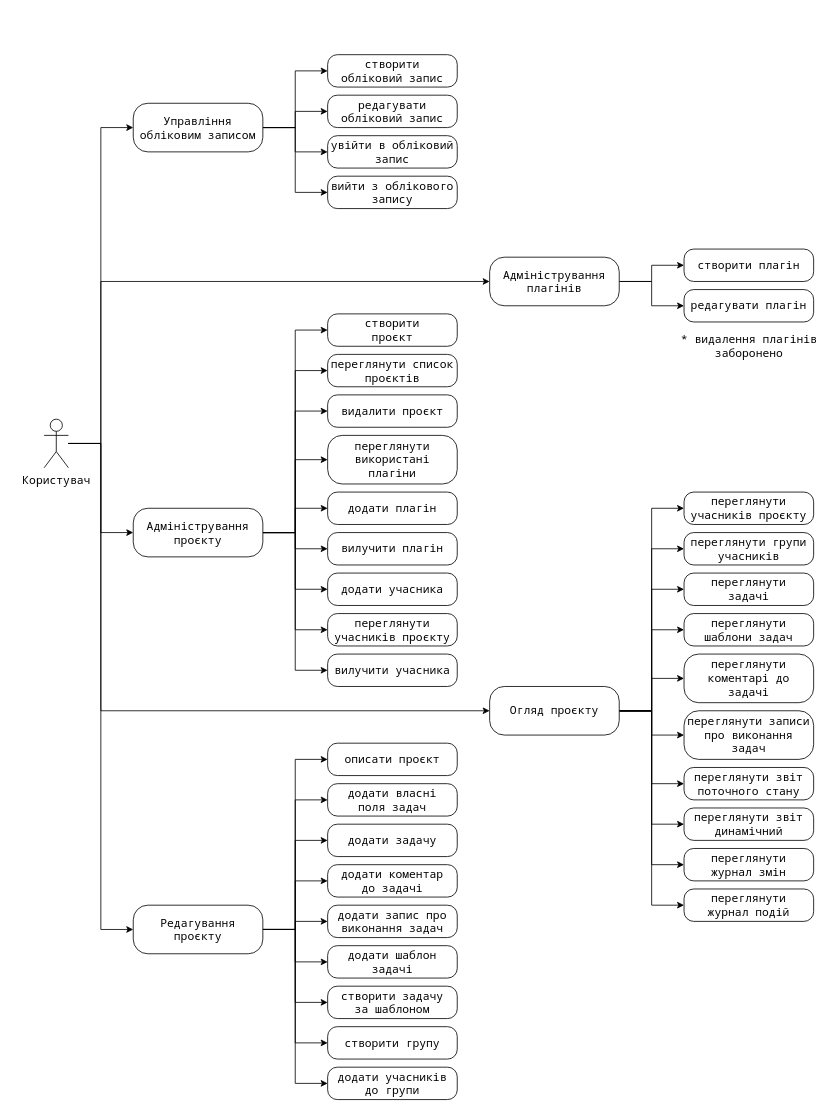
The draw.io diagram page "Page-1" (1 of 2) of science-vis/usecases.drawio in dmitriynaumov1024/proj, before the edit. Source tidied: cells renumbered, new cells numbered last; positions are measured from the earlier drawing's top-left corner, leaving out a move shared by most shapes. Both pictures are drawn from the tidied source at 81%, with x=0, y=0 at pixel (44, 54).
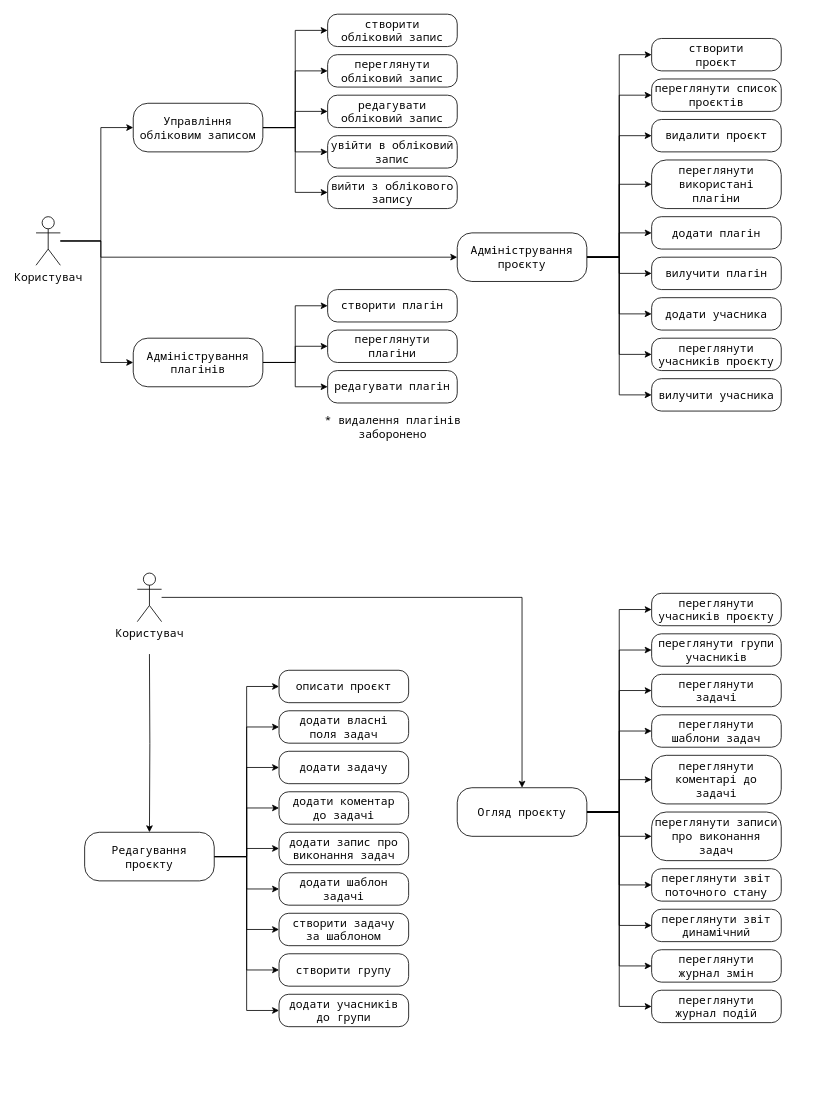
The same diagram, later.

Commit message (it also covers changes not shown here):
science-vis: /* diagrams

The change refers to these unchanged cells:
```xml
<mxCell id="12" value="Управління обліковим записом" style="rounded=1;whiteSpace=wrap;html=1;fontFamily=Noto Sans Mono;fontSize=14;arcSize=30;" parent="1" vertex="1">
  <mxGeometry x="110" y="60" width="160" height="60" as="geometry" />
</mxCell>
```

Change to the diagram source:
```diff
@@
     <mxCell id="2" style="edgeStyle=orthogonalEdgeStyle;rounded=0;jettySize=auto;html=1;entryX=0;entryY=0.5;entryDx=0;entryDy=0;fontFamily=Noto Sans Mono;fontSize=14;" parent="1" edge="1" source="7" target="12">
-      <mxGeometry relative="1" as="geometry" />
+      <mxGeometry relative="1" as="geometry">
+        <Array as="points">
+          <mxPoint x="70" y="230" />
+          <mxPoint x="70" y="90" />
+        </Array>
+      </mxGeometry>
     </mxCell>
     <mxCell id="3" style="edgeStyle=orthogonalEdgeStyle;rounded=0;jettySize=auto;html=1;entryX=0;entryY=0.5;entryDx=0;entryDy=0;fontFamily=Noto Sans Mono;fontSize=14;" parent="1" edge="1" source="7" target="22">
-      <mxGeometry relative="1" as="geometry" />
+      <mxGeometry relative="1" as="geometry">
+        <Array as="points">
+          <mxPoint x="70" y="230" />
+          <mxPoint x="70" y="250" />
+        </Array>
+      </mxGeometry>
     </mxCell>
-    <mxCell id="4" style="edgeStyle=orthogonalEdgeStyle;rounded=0;jettySize=auto;html=1;entryX=0;entryY=0.5;entryDx=0;entryDy=0;fontFamily=Noto Sans Mono;fontSize=14;" parent="1" edge="1" source="7" target="32">
-      <mxGeometry relative="1" as="geometry" />
-    </mxCell>
     <mxCell id="5" style="edgeStyle=orthogonalEdgeStyle;rounded=0;jettySize=auto;html=1;entryX=0;entryY=0.5;entryDx=0;entryDy=0;fontFamily=Noto Sans Mono;fontSize=14;" parent="1" edge="1" source="7" target="35">
       <mxGeometry relative="1" as="geometry">
         <Array as="points">
-          <mxPoint x="70" y="480" />
-          <mxPoint x="70" y="280" />
+          <mxPoint x="70" y="230" />
+          <mxPoint x="70" y="380" />
         </Array>
       </mxGeometry>
     </mxCell>
-    <mxCell id="6" style="edgeStyle=orthogonalEdgeStyle;rounded=0;jettySize=auto;html=1;entryX=0;entryY=0.5;entryDx=0;entryDy=0;fontFamily=Noto Sans Mono;fontSize=14;" parent="1" edge="1" source="7" target="66">
-      <mxGeometry relative="1" as="geometry">
-        <Array as="points">
-          <mxPoint x="70" y="480" />
-          <mxPoint x="70" y="810" />
-        </Array>
-      </mxGeometry>
-    </mxCell>
     <mxCell id="7" value="Користувач" style="shape=umlActor;verticalLabelPosition=bottom;verticalAlign=top;html=1;outlineConnect=0;fontSize=14;fontFamily=Noto Sans Mono;" parent="1" vertex="1">
-      <mxGeometry y="450" width="30" height="60" as="geometry" />
+      <mxGeometry x="-10" y="200" width="30" height="60" as="geometry" />
     </mxCell>
@@
+    <mxCell id="82" style="edgeStyle=orthogonalEdgeStyle;rounded=0;jettySize=auto;html=1;exitX=1;exitY=0.5;exitDx=0;exitDy=0;entryX=0;entryY=0.5;entryDx=0;entryDy=0;" parent="1" edge="1" source="12" target="85">
+      <mxGeometry relative="1" as="geometry" />
+    </mxCell>
@@
     <mxCell id="22" value="Адміністрування проєкту" style="rounded=1;whiteSpace=wrap;html=1;fontFamily=Noto Sans Mono;fontSize=14;arcSize=30;" parent="1" vertex="1">
-      <mxGeometry x="110" y="560" width="160" height="60" as="geometry" />
+      <mxGeometry x="510" y="220" width="160" height="60" as="geometry" />
     </mxCell>
@@
     <mxCell id="32" value="Редагування проєкту" style="rounded=1;whiteSpace=wrap;html=1;fontFamily=Noto Sans Mono;fontSize=14;arcSize=30;" parent="1" vertex="1">
-      <mxGeometry x="110" y="1050" width="160" height="60" as="geometry" />
+      <mxGeometry x="50" y="960" width="160" height="60" as="geometry" />
     </mxCell>
@@
+    <mxCell id="83" style="edgeStyle=orthogonalEdgeStyle;rounded=0;jettySize=auto;html=1;exitX=1;exitY=0.5;exitDx=0;exitDy=0;entryX=0;entryY=0.5;entryDx=0;entryDy=0;" parent="1" edge="1" source="35" target="84">
+      <mxGeometry relative="1" as="geometry" />
+    </mxCell>
     <mxCell id="35" value="Адміністрування плагінів" style="rounded=1;whiteSpace=wrap;html=1;fontFamily=Noto Sans Mono;fontSize=14;arcSize=30;" parent="1" vertex="1">
-      <mxGeometry x="550" y="250" width="160" height="60" as="geometry" />
+      <mxGeometry x="110" y="350" width="160" height="60" as="geometry" />
     </mxCell>
     <mxCell id="36" value="створити&lt;br&gt;обліковий запис" style="rounded=1;whiteSpace=wrap;html=1;fontFamily=Noto Sans Mono;fontSize=14;arcSize=30;" parent="1" vertex="1">
-      <mxGeometry x="350" width="160" height="40" as="geometry" />
+      <mxGeometry x="350" y="-50" width="160" height="40" as="geometry" />
     </mxCell>
@@
     <mxCell id="40" value="створити&lt;br&gt;проєкт" style="rounded=1;whiteSpace=wrap;html=1;fontFamily=Noto Sans Mono;fontSize=14;arcSize=30;" parent="1" vertex="1">
-      <mxGeometry x="350" y="320" width="160" height="40" as="geometry" />
+      <mxGeometry x="750" y="-20" width="160" height="40" as="geometry" />
     </mxCell>
     <mxCell id="41" value="додати плагін" style="rounded=1;whiteSpace=wrap;html=1;fontFamily=Noto Sans Mono;fontSize=14;arcSize=30;" parent="1" vertex="1">
-      <mxGeometry x="350" y="540" width="160" height="40" as="geometry" />
+      <mxGeometry x="750" y="200" width="160" height="40" as="geometry" />
     </mxCell>
     <mxCell id="42" value="вилучити плагін" style="rounded=1;whiteSpace=wrap;html=1;fontFamily=Noto Sans Mono;fontSize=14;arcSize=30;" parent="1" vertex="1">
-      <mxGeometry x="350" y="590" width="160" height="40" as="geometry" />
+      <mxGeometry x="750" y="250" width="160" height="40" as="geometry" />
     </mxCell>
     <mxCell id="43" value="додати учасника" style="rounded=1;whiteSpace=wrap;html=1;fontFamily=Noto Sans Mono;fontSize=14;arcSize=30;" parent="1" vertex="1">
-      <mxGeometry x="350" y="640" width="160" height="40" as="geometry" />
+      <mxGeometry x="750" y="300" width="160" height="40" as="geometry" />
     </mxCell>
     <mxCell id="44" value="вилучити учасника" style="rounded=1;whiteSpace=wrap;html=1;fontFamily=Noto Sans Mono;fontSize=14;arcSize=30;" parent="1" vertex="1">
-      <mxGeometry x="350" y="740" width="160" height="40" as="geometry" />
+      <mxGeometry x="750" y="400" width="160" height="40" as="geometry" />
     </mxCell>
     <mxCell id="45" value="створити плагін" style="rounded=1;whiteSpace=wrap;html=1;fontFamily=Noto Sans Mono;fontSize=14;arcSize=30;" parent="1" vertex="1">
-      <mxGeometry x="790" y="240" width="160" height="40" as="geometry" />
+      <mxGeometry x="350" y="290" width="160" height="40" as="geometry" />
     </mxCell>
     <mxCell id="46" value="редагувати плагін" style="rounded=1;whiteSpace=wrap;html=1;fontFamily=Noto Sans Mono;fontSize=14;arcSize=30;" parent="1" vertex="1">
-      <mxGeometry x="790" y="290" width="160" height="40" as="geometry" />
+      <mxGeometry x="350" y="390" width="160" height="40" as="geometry" />
     </mxCell>
     <mxCell id="47" value="* видалення плагінів &lt;br&gt;заборонено" style="text;html=1;align=center;verticalAlign=middle;strokeColor=none;fillColor=none;fontSize=14;fontFamily=Noto Sans Mono;" parent="1" vertex="1">
-      <mxGeometry x="780" y="340" width="180" height="40" as="geometry" />
+      <mxGeometry x="340" y="440" width="180" height="40" as="geometry" />
     </mxCell>
     <mxCell id="48" value="видалити проєкт" style="rounded=1;whiteSpace=wrap;html=1;fontFamily=Noto Sans Mono;fontSize=14;arcSize=30;" parent="1" vertex="1">
-      <mxGeometry x="350" y="420" width="160" height="40" as="geometry" />
+      <mxGeometry x="750" y="80" width="160" height="40" as="geometry" />
     </mxCell>
     <mxCell id="49" value="описати проєкт" style="rounded=1;whiteSpace=wrap;html=1;fontFamily=Noto Sans Mono;fontSize=14;arcSize=30;" parent="1" vertex="1">
-      <mxGeometry x="350" y="850" width="160" height="40" as="geometry" />
+      <mxGeometry x="290" y="760" width="160" height="40" as="geometry" />
     </mxCell>
     <mxCell id="50" value="додати власні &lt;br&gt;поля задач" style="rounded=1;whiteSpace=wrap;html=1;fontFamily=Noto Sans Mono;fontSize=14;arcSize=30;" parent="1" vertex="1">
-      <mxGeometry x="350" y="900" width="160" height="40" as="geometry" />
+      <mxGeometry x="290" y="810" width="160" height="40" as="geometry" />
     </mxCell>
     <mxCell id="51" value="додати задачу" style="rounded=1;whiteSpace=wrap;html=1;fontFamily=Noto Sans Mono;fontSize=14;arcSize=30;" parent="1" vertex="1">
-      <mxGeometry x="350" y="950" width="160" height="40" as="geometry" />
+      <mxGeometry x="290" y="860" width="160" height="40" as="geometry" />
     </mxCell>
     <mxCell id="52" value="додати запис про виконання задач" style="rounded=1;whiteSpace=wrap;html=1;fontFamily=Noto Sans Mono;fontSize=14;arcSize=30;" parent="1" vertex="1">
-      <mxGeometry x="350" y="1050" width="160" height="40" as="geometry" />
+      <mxGeometry x="290" y="960" width="160" height="40" as="geometry" />
     </mxCell>
     <mxCell id="53" value="додати коментар &lt;br&gt;до задачі" style="rounded=1;whiteSpace=wrap;html=1;fontFamily=Noto Sans Mono;fontSize=14;arcSize=30;" parent="1" vertex="1">
-      <mxGeometry x="350" y="1000" width="160" height="40" as="geometry" />
+      <mxGeometry x="290" y="910" width="160" height="40" as="geometry" />
     </mxCell>
     <mxCell id="54" value="додати шаблон задачі" style="rounded=1;whiteSpace=wrap;html=1;fontFamily=Noto Sans Mono;fontSize=14;arcSize=30;" parent="1" vertex="1">
-      <mxGeometry x="350" y="1100" width="160" height="40" as="geometry" />
+      <mxGeometry x="290" y="1010" width="160" height="40" as="geometry" />
     </mxCell>
     <mxCell id="55" value="створити задачу&lt;br&gt;за шаблоном" style="rounded=1;whiteSpace=wrap;html=1;fontFamily=Noto Sans Mono;fontSize=14;arcSize=30;" parent="1" vertex="1">
-      <mxGeometry x="350" y="1150" width="160" height="40" as="geometry" />
+      <mxGeometry x="290" y="1060" width="160" height="40" as="geometry" />
     </mxCell>
@@
     <mxCell id="66" value="Огляд проєкту" style="rounded=1;whiteSpace=wrap;html=1;fontFamily=Noto Sans Mono;fontSize=14;arcSize=30;" parent="1" vertex="1">
-      <mxGeometry x="550" y="780" width="160" height="60" as="geometry" />
+      <mxGeometry x="510" y="905" width="160" height="60" as="geometry" />
     </mxCell>
     <mxCell id="67" value="переглянути&lt;br&gt;задачі" style="rounded=1;whiteSpace=wrap;html=1;fontFamily=Noto Sans Mono;fontSize=14;arcSize=30;" parent="1" vertex="1">
-      <mxGeometry x="790" y="640" width="160" height="40" as="geometry" />
+      <mxGeometry x="750" y="765" width="160" height="40" as="geometry" />
     </mxCell>
     <mxCell id="68" value="переглянути&lt;br&gt;шаблони задач" style="rounded=1;whiteSpace=wrap;html=1;fontFamily=Noto Sans Mono;fontSize=14;arcSize=30;" parent="1" vertex="1">
-      <mxGeometry x="790" y="690" width="160" height="40" as="geometry" />
+      <mxGeometry x="750" y="815" width="160" height="40" as="geometry" />
     </mxCell>
     <mxCell id="69" value="переглянути&lt;br&gt;коментарі до задачі" style="rounded=1;whiteSpace=wrap;html=1;fontFamily=Noto Sans Mono;fontSize=14;arcSize=30;" parent="1" vertex="1">
-      <mxGeometry x="790" y="740" width="160" height="60" as="geometry" />
+      <mxGeometry x="750" y="865" width="160" height="60" as="geometry" />
     </mxCell>
     <mxCell id="70" value="переглянути учасників проєкту" style="rounded=1;whiteSpace=wrap;html=1;fontFamily=Noto Sans Mono;fontSize=14;arcSize=30;" parent="1" vertex="1">
-      <mxGeometry x="790" y="540" width="160" height="40" as="geometry" />
+      <mxGeometry x="750" y="665" width="160" height="40" as="geometry" />
     </mxCell>
     <mxCell id="71" value="переглянути записи про виконання задач" style="rounded=1;whiteSpace=wrap;html=1;fontFamily=Noto Sans Mono;fontSize=14;arcSize=30;" parent="1" vertex="1">
-      <mxGeometry x="790" y="810" width="160" height="60" as="geometry" />
+      <mxGeometry x="750" y="935" width="160" height="60" as="geometry" />
     </mxCell>
     <mxCell id="72" value="переглянути звіт поточного стану" style="rounded=1;whiteSpace=wrap;html=1;fontFamily=Noto Sans Mono;fontSize=14;arcSize=30;" parent="1" vertex="1">
-      <mxGeometry x="790" y="880" width="160" height="40" as="geometry" />
+      <mxGeometry x="750" y="1005" width="160" height="40" as="geometry" />
     </mxCell>
     <mxCell id="73" value="переглянути звіт динамічний" style="rounded=1;whiteSpace=wrap;html=1;fontFamily=Noto Sans Mono;fontSize=14;arcSize=30;" parent="1" vertex="1">
-      <mxGeometry x="790" y="930" width="160" height="40" as="geometry" />
+      <mxGeometry x="750" y="1055" width="160" height="40" as="geometry" />
     </mxCell>
     <mxCell id="74" value="переглянути список проєктів" style="rounded=1;whiteSpace=wrap;html=1;fontFamily=Noto Sans Mono;fontSize=14;arcSize=30;" parent="1" vertex="1">
-      <mxGeometry x="350" y="370" width="160" height="40" as="geometry" />
+      <mxGeometry x="750" y="30" width="160" height="40" as="geometry" />
     </mxCell>
     <mxCell id="75" value="переглянути використані плагіни" style="rounded=1;whiteSpace=wrap;html=1;fontFamily=Noto Sans Mono;fontSize=14;arcSize=30;" parent="1" vertex="1">
-      <mxGeometry x="350" y="470" width="160" height="60" as="geometry" />
+      <mxGeometry x="750" y="130" width="160" height="60" as="geometry" />
     </mxCell>
     <mxCell id="76" value="переглянути учасників проєкту" style="rounded=1;whiteSpace=wrap;html=1;fontFamily=Noto Sans Mono;fontSize=14;arcSize=30;" parent="1" vertex="1">
-      <mxGeometry x="350" y="690" width="160" height="40" as="geometry" />
+      <mxGeometry x="750" y="350" width="160" height="40" as="geometry" />
     </mxCell>
     <mxCell id="77" value="переглянути &lt;br&gt;журнал змін" style="rounded=1;whiteSpace=wrap;html=1;fontFamily=Noto Sans Mono;fontSize=14;arcSize=30;" parent="1" vertex="1">
-      <mxGeometry x="790" y="980" width="160" height="40" as="geometry" />
+      <mxGeometry x="750" y="1105" width="160" height="40" as="geometry" />
     </mxCell>
     <mxCell id="78" value="переглянути &lt;br&gt;журнал подій" style="rounded=1;whiteSpace=wrap;html=1;fontFamily=Noto Sans Mono;fontSize=14;arcSize=30;" parent="1" vertex="1">
-      <mxGeometry x="790" y="1030" width="160" height="40" as="geometry" />
+      <mxGeometry x="750" y="1155" width="160" height="40" as="geometry" />
     </mxCell>
     <mxCell id="79" value="створити групу" style="rounded=1;whiteSpace=wrap;html=1;fontFamily=Noto Sans Mono;fontSize=14;arcSize=30;" parent="1" vertex="1">
-      <mxGeometry x="350" y="1200" width="160" height="40" as="geometry" />
+      <mxGeometry x="290" y="1110" width="160" height="40" as="geometry" />
     </mxCell>
     <mxCell id="80" value="додати учасників до групи" style="rounded=1;whiteSpace=wrap;html=1;fontFamily=Noto Sans Mono;fontSize=14;arcSize=30;" parent="1" vertex="1">
-      <mxGeometry x="350" y="1250" width="160" height="40" as="geometry" />
+      <mxGeometry x="290" y="1160" width="160" height="40" as="geometry" />
     </mxCell>
     <mxCell id="81" value="переглянути групи учасників" style="rounded=1;whiteSpace=wrap;html=1;fontFamily=Noto Sans Mono;fontSize=14;arcSize=30;" parent="1" vertex="1">
-      <mxGeometry x="790" y="590" width="160" height="40" as="geometry" />
+      <mxGeometry x="750" y="715" width="160" height="40" as="geometry" />
     </mxCell>
+    <mxCell id="84" value="переглянути плагіни" style="rounded=1;whiteSpace=wrap;html=1;fontFamily=Noto Sans Mono;fontSize=14;arcSize=30;" parent="1" vertex="1">
+      <mxGeometry x="350" y="340" width="160" height="40" as="geometry" />
+    </mxCell>
+    <mxCell id="85" value="переглянути обліковий запис" style="rounded=1;whiteSpace=wrap;html=1;fontFamily=Noto Sans Mono;fontSize=14;arcSize=30;" parent="1" vertex="1">
+      <mxGeometry x="350" width="160" height="40" as="geometry" />
+    </mxCell>
+    <mxCell id="86" style="edgeStyle=orthogonalEdgeStyle;rounded=0;jettySize=auto;html=1;entryX=0.5;entryY=0;entryDx=0;entryDy=0;" parent="1" edge="1" target="32">
+      <mxGeometry relative="1" as="geometry">
+        <mxPoint x="130" y="740" as="sourcePoint" />
+      </mxGeometry>
+    </mxCell>
+    <mxCell id="87" style="edgeStyle=orthogonalEdgeStyle;rounded=0;jettySize=auto;html=1;entryX=0.5;entryY=0;entryDx=0;entryDy=0;" parent="1" edge="1" source="88" target="66">
+      <mxGeometry relative="1" as="geometry" />
+    </mxCell>
+    <mxCell id="88" value="Користувач" style="shape=umlActor;verticalLabelPosition=bottom;verticalAlign=top;html=1;outlineConnect=0;fontSize=14;fontFamily=Noto Sans Mono;" parent="1" vertex="1">
+      <mxGeometry x="115" y="640" width="30" height="60" as="geometry" />
+    </mxCell>
```
